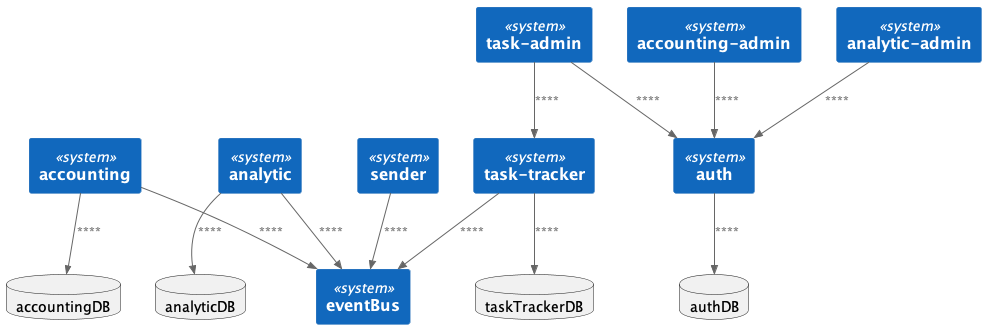
Above: docs/render/services.png in mhanygin/aTES (PlantUML), before the change.
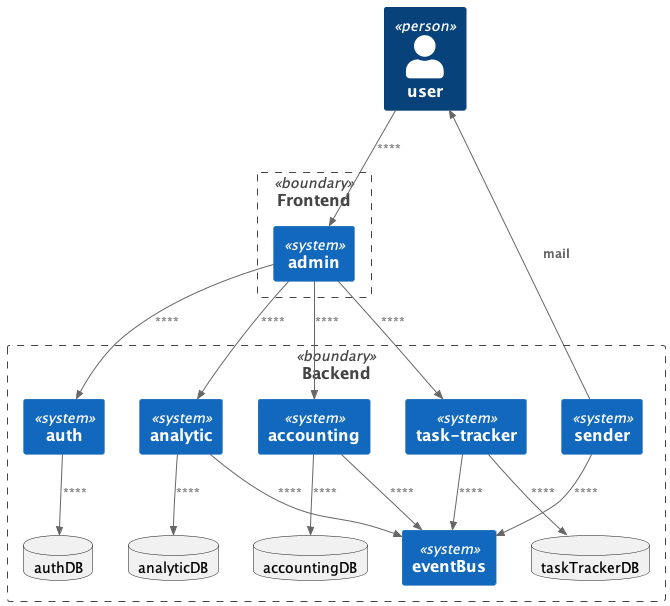
After the change.

The edit, as a diff of the source:
```diff
@@ -2,26 +2,20 @@
 
 !include https://raw.githubusercontent.com/plantuml-stdlib/C4-PlantUML/master/C4_Component.puml
 
+Person(user, "user")
+
+Boundary(backend, "Backend") {
 !startsub taskTracker
 System(taskTracker, "task-tracker")
 database taskTrackerDB
-!endsub
-!startsub taskAdmin
-System(taskAdmin, "task-admin")
 !endsub
 !startsub auth
 System(auth, "auth")
 database authDB
 !endsub
-!startsub accountingAdmin
-System(accountingAdmin, "accounting-admin")
-!endsub
 !startsub accounting
 System(accounting, "accounting")
 database accountingDB
-!endsub
-!startsub analyticAdmin
-System(analyticAdmin, "analytic-admin")
 !endsub
 !startsub analytic
 System(analytic, "analytic")
@@ -33,10 +27,15 @@
 !startsub sender
 System(sender, "sender")
 !endsub
+}
+
+Boundary(frontend, "Frontend") {
+!startsub Admin
+System(admin, "admin")
+!endsub
+}
 
 Rel(auth, authDB, "")
-
-Rel(taskAdmin, taskTracker, "")
 
 Rel(taskTracker, eventBus, "")
 Rel(taskTracker, taskTrackerDB, "")
@@ -49,8 +48,13 @@
 
 Rel(sender, eventBus, "")
 
-Rel(taskAdmin, auth, "")
-Rel(accountingAdmin, auth, "")
-Rel(analyticAdmin, auth, "")
+Rel(user, admin, "")
+
+Rel(admin, auth, "")
+Rel(admin, taskTracker, "")
+Rel(admin, accounting, "")
+Rel(admin, analytic, "")
+
+Rel(sender, user, "mail")
 
 @enduml
```
